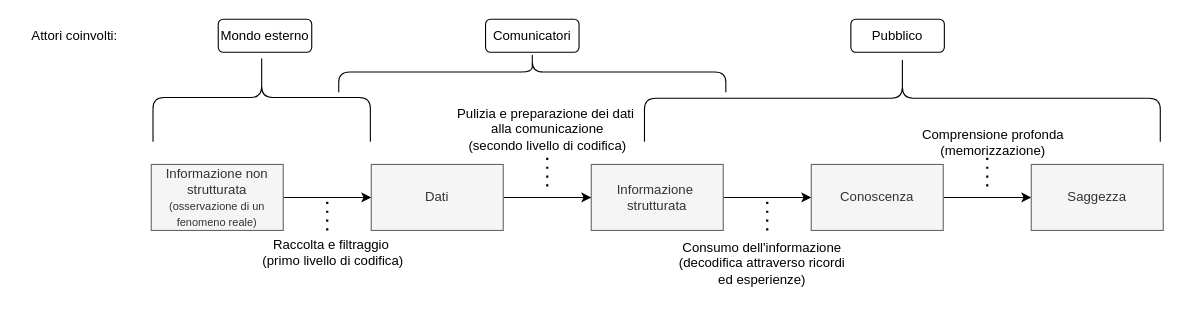
The draw.io diagram utils/DIKV.drawio in jeskarr/thesis, before the edit. Source tidied: cells renumbered, new cells numbered last; positions are measured from the earlier drawing's top-left corner, leaving out a move shared by most shapes. Both pictures are drawn from the tidied source at 110%, with x=0, y=0 at pixel (19, -161).
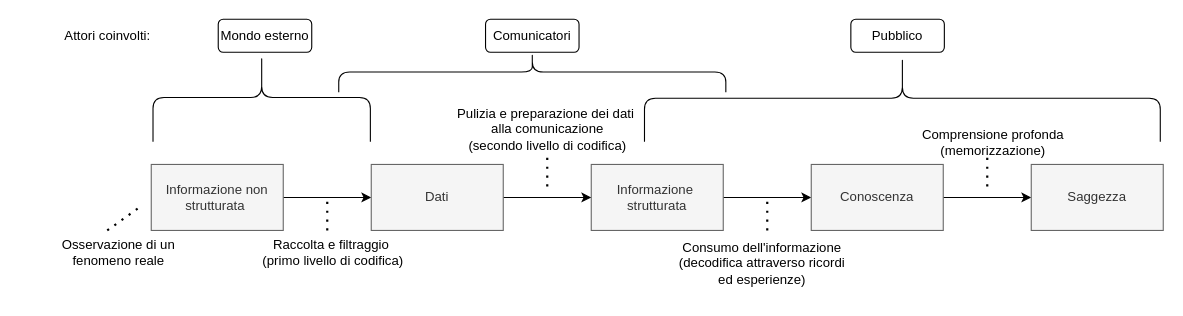
The same diagram, later.

The edit, as a diff of the source:
```diff
@@
-    <mxCell id="3" value="Informazione non strutturata &lt;font style=&quot;font-size: 10px;&quot;&gt;(osservazione di un fenomeno reale)&lt;/font&gt;" style="rounded=0;whiteSpace=wrap;html=1;fillColor=#f5f5f5;fontColor=#333333;strokeColor=#666666;" parent="1" vertex="1">
+    <mxCell id="3" value="Informazione non strutturata&amp;nbsp;" style="rounded=0;whiteSpace=wrap;html=1;fillColor=#f5f5f5;fontColor=#333333;strokeColor=#666666;" parent="1" vertex="1">
       <mxGeometry x="120" y="295" width="120" height="60" as="geometry" />
     </mxCell>
@@
     <mxCell id="19" value="Attori coinvolti:" style="text;html=1;align=center;verticalAlign=middle;strokeColor=none;fillColor=none;" parent="1" vertex="1">
-      <mxGeometry y="163" width="100" height="30" as="geometry" />
+      <mxGeometry x="30" y="163" width="100" height="30" as="geometry" />
     </mxCell>
@@
+    <mxCell id="26" value="&lt;div&gt;Osservazione di un&lt;/div&gt;&lt;div&gt;fenomeno reale&lt;br&gt;&lt;/div&gt;" style="text;html=1;align=center;verticalAlign=middle;strokeColor=none;fillColor=none;" parent="1" vertex="1">
+      <mxGeometry x="30" y="355" width="120" height="40" as="geometry" />
+    </mxCell>
+    <mxCell id="27" style="endArrow=none;dashed=1;html=1;dashPattern=1 3;strokeWidth=2;rounded=0;entryX=-0.067;entryY=0.617;entryDx=0;entryDy=0;entryPerimeter=0;" parent="1" edge="1" target="3">
+      <mxGeometry relative="1" as="geometry">
+        <mxPoint x="80" y="355" as="sourcePoint" />
+      </mxGeometry>
+    </mxCell>
```
